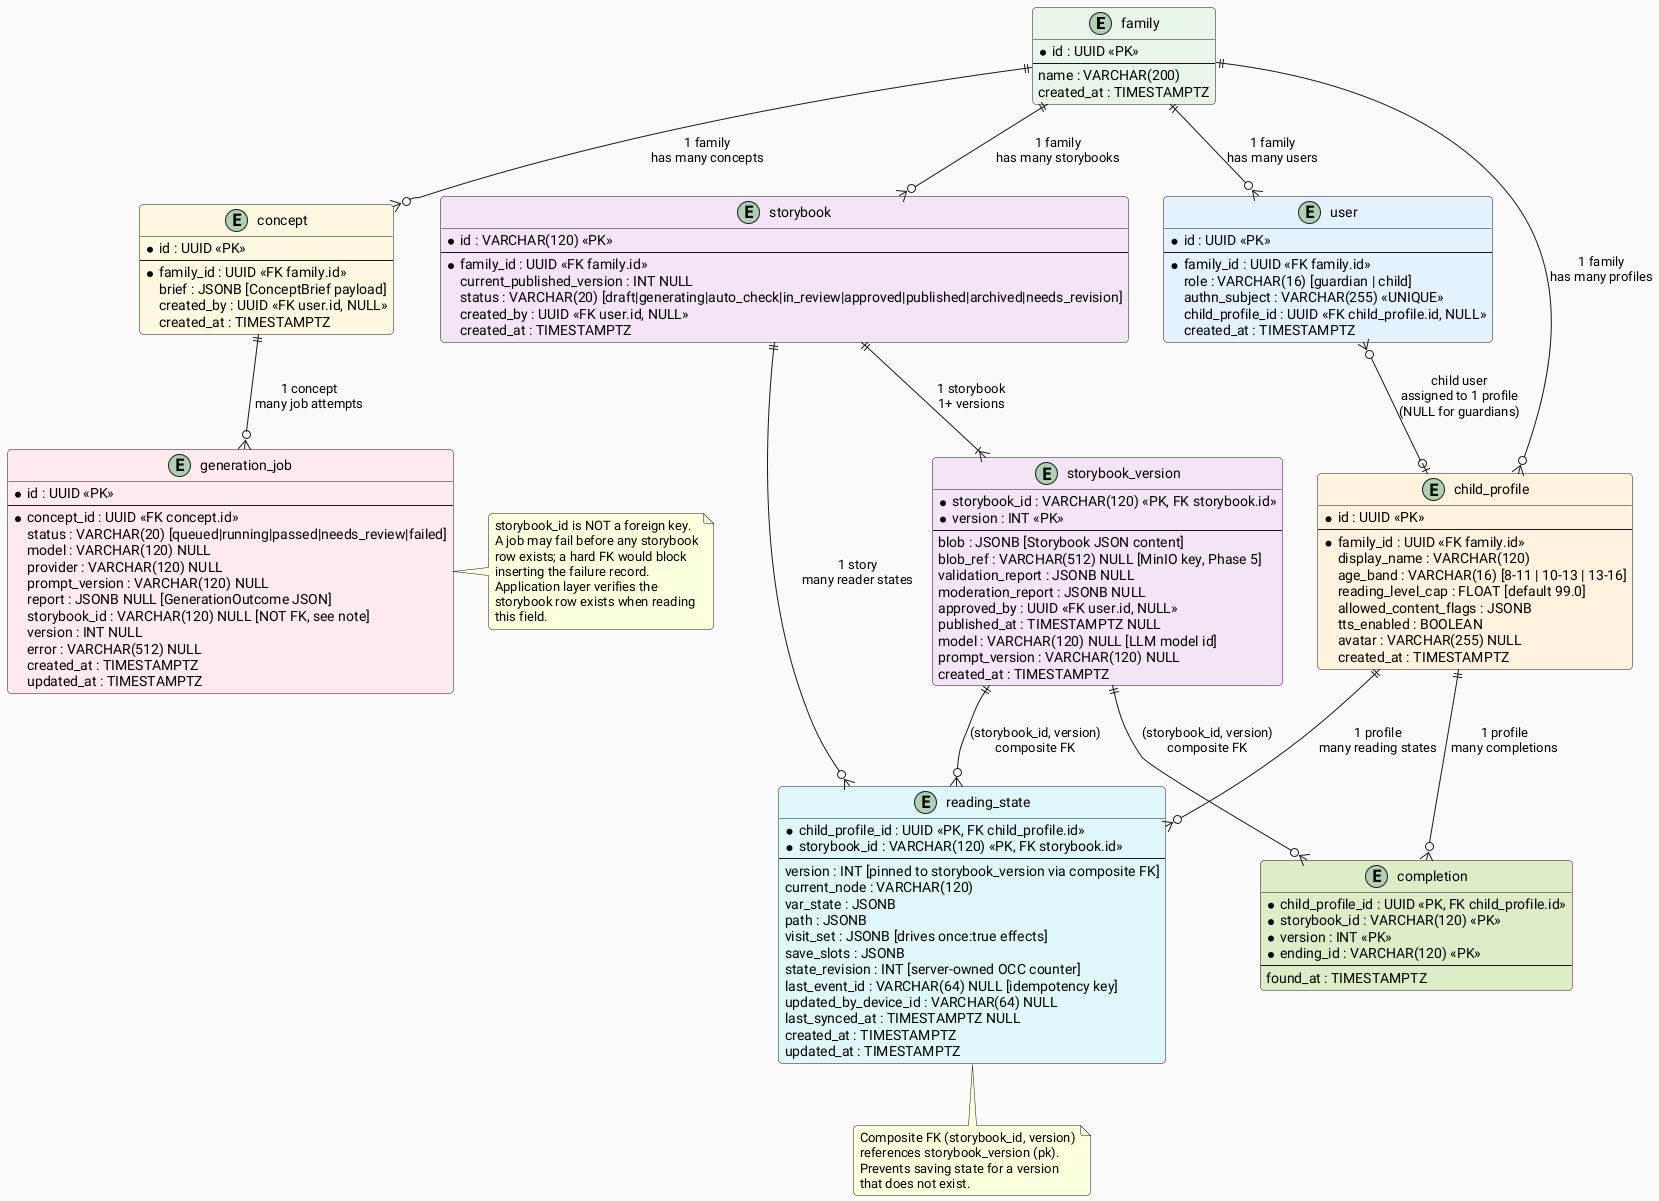
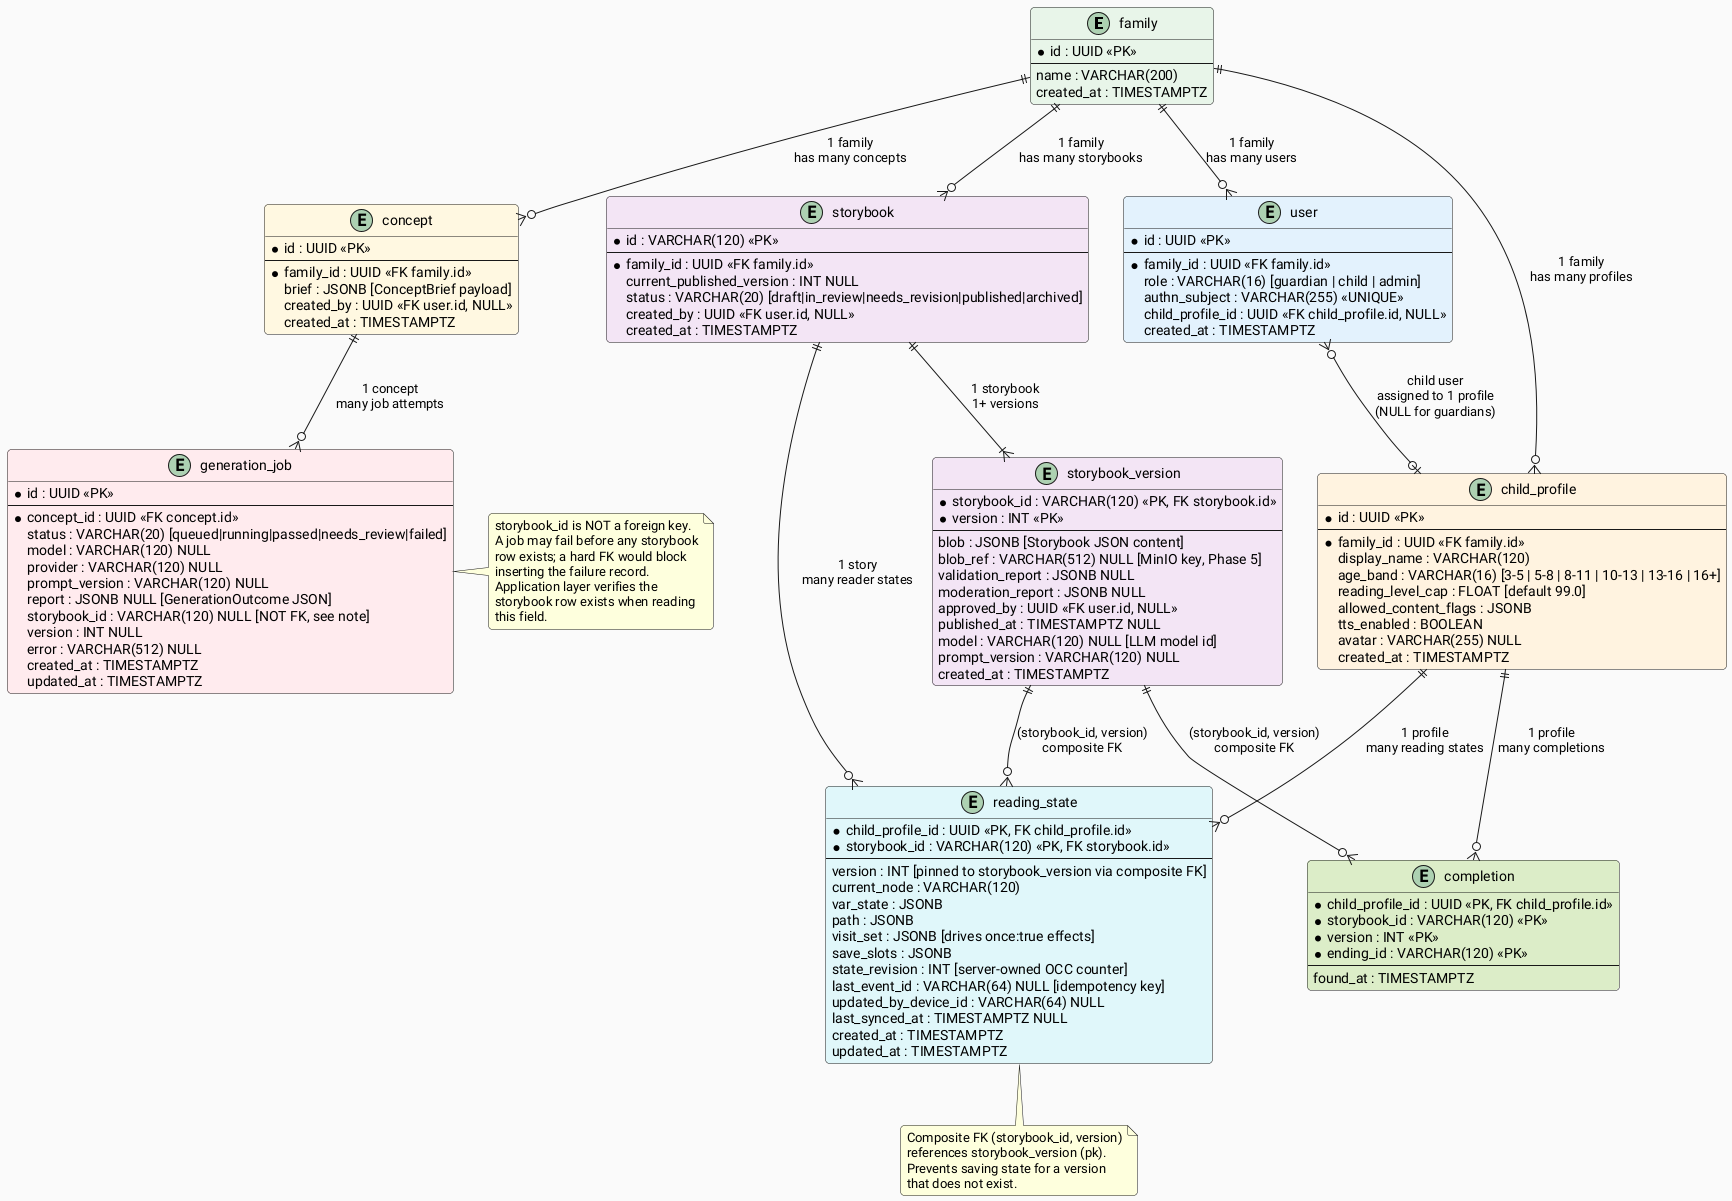
@startuml er-diagram
' ============================================================
' Entity-Relationship Diagram: 9 ORM Tables
' CYO Adventure
'
' Source file:
'   src/cyo_adventure/db/models.py  (SQLAlchemy ORM, all tables, columns, FKs)
'
' Note: all timestamps are TIMESTAMP WITH TIME ZONE (timezone-aware).
' Enum columns (role, status, age_band) are stored as strings (simple Alembic
' migrations; validated at the application boundary).
' ============================================================

skinparam defaultFontName "Roboto"
skinparam backgroundColor #FAFAFA
skinparam roundCorner 8

entity "family" as family #E8F5E9 {
  * id : UUID <<PK>>
  --
  name : VARCHAR(200)
  created_at : TIMESTAMPTZ
}

entity "user" as user_t #E3F2FD {
  * id : UUID <<PK>>
  --
  * family_id : UUID <<FK family.id>>
-   role : VARCHAR(16) [guardian | child]
+   role : VARCHAR(16) [guardian | child | admin]
  authn_subject : VARCHAR(255) <<UNIQUE>>
  child_profile_id : UUID <<FK child_profile.id, NULL>>
  created_at : TIMESTAMPTZ
}

entity "child_profile" as child_profile #FFF3E0 {
  * id : UUID <<PK>>
  --
  * family_id : UUID <<FK family.id>>
  display_name : VARCHAR(120)
-   age_band : VARCHAR(16) [8-11 | 10-13 | 13-16]
+   age_band : VARCHAR(16) [3-5 | 5-8 | 8-11 | 10-13 | 13-16 | 16+]
  reading_level_cap : FLOAT [default 99.0]
  allowed_content_flags : JSONB
  tts_enabled : BOOLEAN
  avatar : VARCHAR(255) NULL
  created_at : TIMESTAMPTZ
}

entity "storybook" as storybook #F3E5F5 {
  * id : VARCHAR(120) <<PK>>
  --
  * family_id : UUID <<FK family.id>>
  current_published_version : INT NULL
-   status : VARCHAR(20) [draft|generating|auto_check|in_review|approved|published|archived|needs_revision]
+   status : VARCHAR(20) [draft|in_review|needs_revision|published|archived]
  created_by : UUID <<FK user.id, NULL>>
  created_at : TIMESTAMPTZ
}

entity "storybook_version" as storybook_version #F3E5F5 {
  * storybook_id : VARCHAR(120) <<PK, FK storybook.id>>
  * version : INT <<PK>>
  --
  blob : JSONB [Storybook JSON content]
  blob_ref : VARCHAR(512) NULL [MinIO key, Phase 5]
  validation_report : JSONB NULL
  moderation_report : JSONB NULL
  approved_by : UUID <<FK user.id, NULL>>
  published_at : TIMESTAMPTZ NULL
  model : VARCHAR(120) NULL [LLM model id]
  prompt_version : VARCHAR(120) NULL
  created_at : TIMESTAMPTZ
}

entity "reading_state" as reading_state #E0F7FA {
  * child_profile_id : UUID <<PK, FK child_profile.id>>
  * storybook_id : VARCHAR(120) <<PK, FK storybook.id>>
  --
  version : INT [pinned to storybook_version via composite FK]
  current_node : VARCHAR(120)
  var_state : JSONB
  path : JSONB
  visit_set : JSONB [drives once:true effects]
  save_slots : JSONB
  state_revision : INT [server-owned OCC counter]
  last_event_id : VARCHAR(64) NULL [idempotency key]
  updated_by_device_id : VARCHAR(64) NULL
  last_synced_at : TIMESTAMPTZ NULL
  created_at : TIMESTAMPTZ
  updated_at : TIMESTAMPTZ
}

entity "completion" as completion #DCEDC8 {
  * child_profile_id : UUID <<PK, FK child_profile.id>>
  * storybook_id : VARCHAR(120) <<PK>>
  * version : INT <<PK>>
  * ending_id : VARCHAR(120) <<PK>>
  --
  found_at : TIMESTAMPTZ
}

entity "concept" as concept #FFF8E1 {
  * id : UUID <<PK>>
  --
  * family_id : UUID <<FK family.id>>
  brief : JSONB [ConceptBrief payload]
  created_by : UUID <<FK user.id, NULL>>
  created_at : TIMESTAMPTZ
}

entity "generation_job" as generation_job #FFEBEE {
  * id : UUID <<PK>>
  --
  * concept_id : UUID <<FK concept.id>>
  status : VARCHAR(20) [queued|running|passed|needs_review|failed]
  model : VARCHAR(120) NULL
  provider : VARCHAR(120) NULL
  prompt_version : VARCHAR(120) NULL
  report : JSONB NULL [GenerationOutcome JSON]
  storybook_id : VARCHAR(120) NULL [NOT FK, see note]
  version : INT NULL
  error : VARCHAR(512) NULL
  created_at : TIMESTAMPTZ
  updated_at : TIMESTAMPTZ
}

' --- Relationships ---
family ||--o{ user_t : "1 family\nhas many users"
family ||--o{ child_profile : "1 family\nhas many profiles"
family ||--o{ storybook : "1 family\nhas many storybooks"
family ||--o{ concept : "1 family\nhas many concepts"
user_t }o--o| child_profile : "child user\nassigned to 1 profile\n(NULL for guardians)"
storybook ||--|{ storybook_version : "1 storybook\n1+ versions"
child_profile ||--o{ reading_state : "1 profile\nmany reading states"
storybook ||--o{ reading_state : "1 story\nmany reader states"
storybook_version ||--o{ reading_state : "(storybook_id, version)\ncomposite FK"
child_profile ||--o{ completion : "1 profile\nmany completions"
storybook_version ||--o{ completion : "(storybook_id, version)\ncomposite FK"
concept ||--o{ generation_job : "1 concept\nmany job attempts"

note right of generation_job
  storybook_id is NOT a foreign key.
  A job may fail before any storybook
  row exists; a hard FK would block
  inserting the failure record.
  Application layer verifies the
  storybook row exists when reading
  this field.
end note

note bottom of reading_state
  Composite FK (storybook_id, version)
  references storybook_version (pk).
  Prevents saving state for a version
  that does not exist.
end note

@enduml
